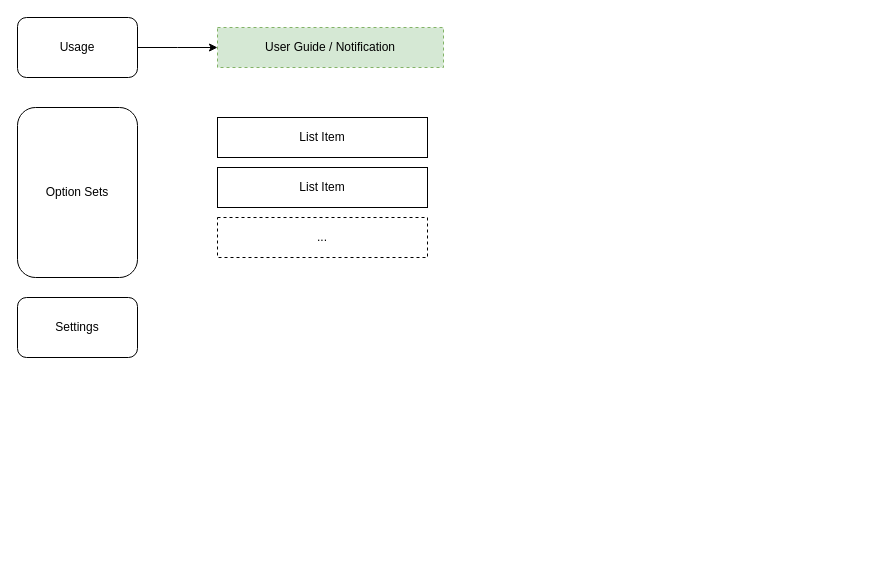
forwells/strs keeps this draw.io diagram as page "应用功能架构" (2 of 2) of 未命名绘图.drawio. Above is the earlier version. Source tidied: cells renumbered, new cells numbered last; positions are measured from the earlier drawing's top-left corner, leaving out a move shared by most shapes. Both pictures are drawn from the tidied source at 100%, with x=0, y=0 at pixel (17, 17).
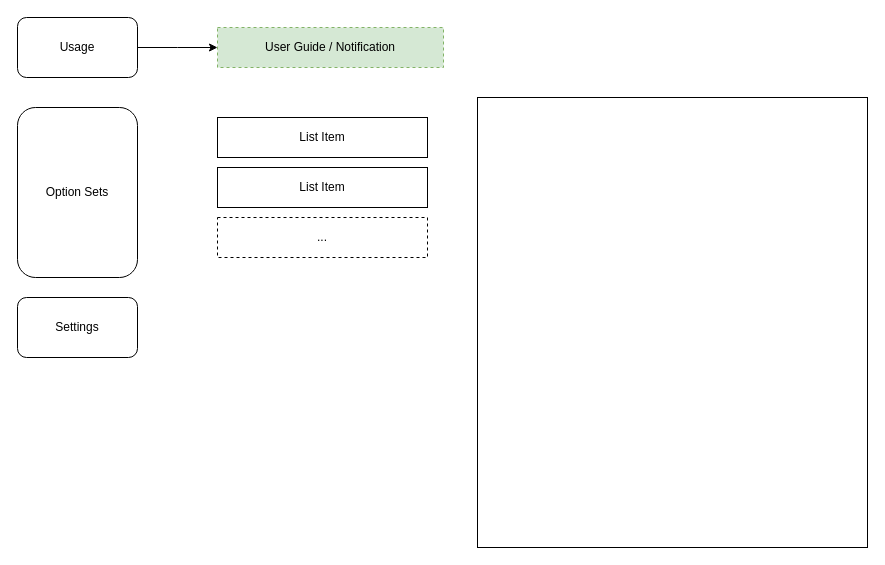
The same page after the edit.

Commit message:
更新未命名绘图.drawio

The edit, as a diff of the source:
```diff
@@
 <mxGraphModel>
   <root>
     <mxCell id="0" />
     <mxCell id="1" parent="0" />
     <mxCell id="2" style="edgeStyle=orthogonalEdgeStyle;rounded=0;jettySize=auto;html=1;" parent="1" edge="1" source="3">
       <mxGeometry relative="1" as="geometry">
         <mxPoint x="200" y="30" as="targetPoint" />
       </mxGeometry>
     </mxCell>
     <mxCell id="3" value="Usage" style="rounded=1;whiteSpace=wrap;html=1;" parent="1" vertex="1">
       <mxGeometry width="120" height="60" as="geometry" />
     </mxCell>
     <mxCell id="4" value="Option Sets" style="rounded=1;whiteSpace=wrap;html=1;" parent="1" vertex="1">
       <mxGeometry y="90" width="120" height="170" as="geometry" />
     </mxCell>
     <mxCell id="5" value="Settings" style="rounded=1;whiteSpace=wrap;html=1;" parent="1" vertex="1">
       <mxGeometry y="280" width="120" height="60" as="geometry" />
     </mxCell>
     <mxCell id="6" value="&lt;font style=&quot;font-size: 12px;&quot;&gt;User Guide / Notification&lt;/font&gt;" style="rounded=0;whiteSpace=wrap;html=1;fillColor=#d5e8d4;strokeColor=#82b366;dashed=1;align=center;verticalAlign=middle;fontSize=12;" parent="1" vertex="1">
       <mxGeometry x="200" y="10" width="226" height="40" as="geometry" />
     </mxCell>
     <mxCell id="7" value="List Item" style="rounded=0;whiteSpace=wrap;html=1;fontSize=12;" parent="1" vertex="1">
       <mxGeometry x="200" y="100" width="210" height="40" as="geometry" />
     </mxCell>
     <mxCell id="8" value="List Item" style="rounded=0;whiteSpace=wrap;html=1;fontSize=12;" parent="1" vertex="1">
       <mxGeometry x="200" y="150" width="210" height="40" as="geometry" />
     </mxCell>
     <mxCell id="9" value="..." style="rounded=0;whiteSpace=wrap;html=1;dashed=1;fontSize=12;" parent="1" vertex="1">
       <mxGeometry x="200" y="200" width="210" height="40" as="geometry" />
     </mxCell>
+    <mxCell id="10" style="rounded=0;whiteSpace=wrap;html=1;fontSize=12;" parent="1" vertex="1">
+      <mxGeometry x="460" y="80" width="390" height="450" as="geometry" />
+    </mxCell>
   </root>
 </mxGraphModel>
```
